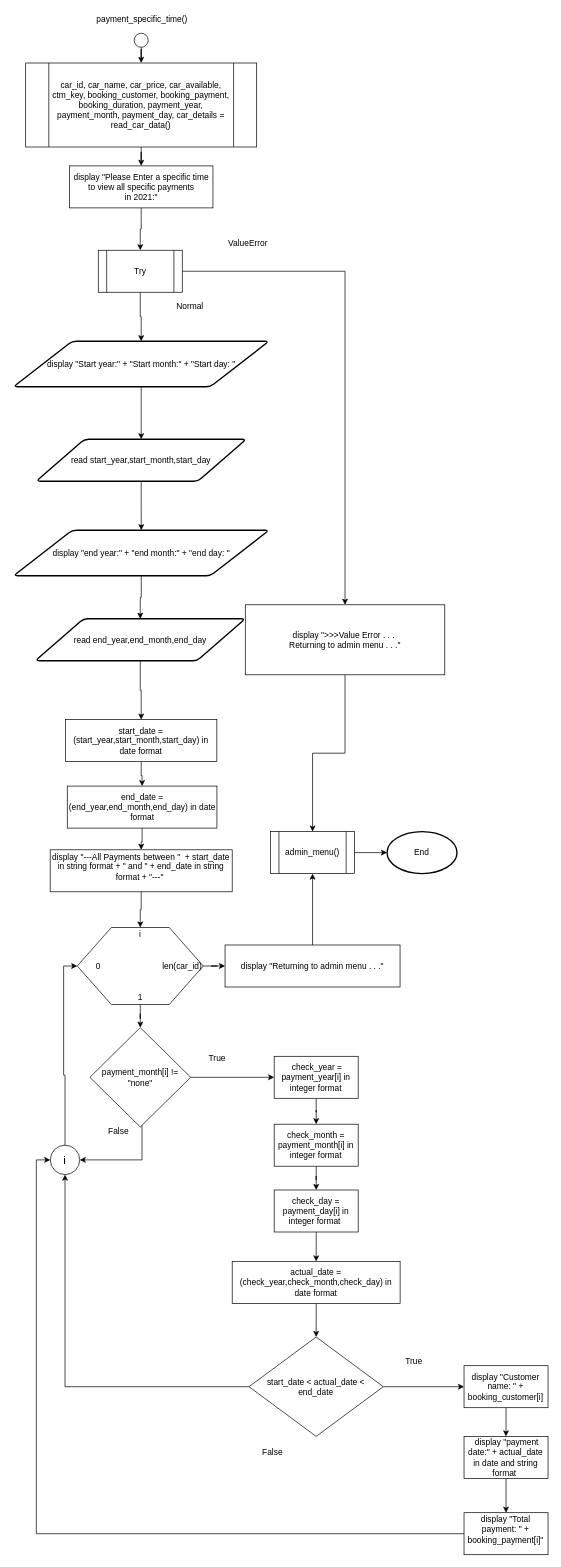
The draw.io diagram page "payment_specific_time()" (25 of 27) of Flowchart.drawio in LeeRenJie/python-assignment, before the edit. Source tidied: cells renumbered, new cells numbered last; positions are measured from the earlier drawing's top-left corner, leaving out a move shared by most shapes. Both pictures are drawn from the tidied source at 70%, with x=0, y=0 at pixel (13, 12).
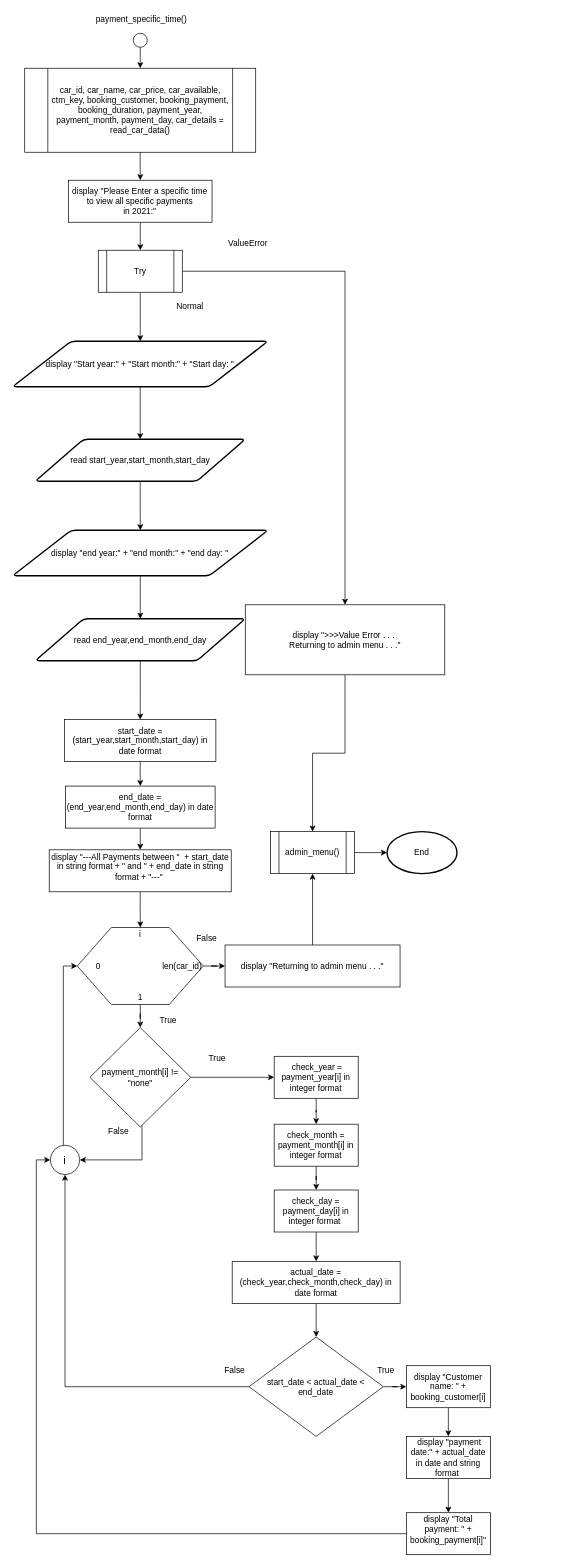
After the change.

The change refers to these unchanged cells:
```xml
<mxCell id="24" style="verticalLabelPosition=bottom;verticalAlign=top;html=1;shape=hexagon;perimeter=hexagonPerimeter2;arcSize=6;size=0.27;fontSize=12;" parent="1" vertex="1">
  <mxGeometry x="90.9" y="1307.5" width="180" height="110" as="geometry" />
</mxCell>
<mxCell id="48" value="&lt;font style=&quot;font-size: 16px&quot;&gt;i&lt;/font&gt;" style="ellipse;whiteSpace=wrap;html=1;" parent="1" vertex="1">
  <mxGeometry x="52.4" y="1618.5" width="42" height="42" as="geometry" />
</mxCell>
```

Change to the diagram source:
```diff
@@
     <mxCell id="3" value="&lt;span&gt;car_id, car_name, car_price, car_available, ctm_key, booking_customer, booking_payment, booking_duration, payment_year, payment_month, payment_day, car_details = read_car_data()&lt;/span&gt;" style="shape=process;whiteSpace=wrap;html=1;backgroundOutline=1;fontSize=12;" parent="1" vertex="1">
-      <mxGeometry x="17.2" y="72.5" width="330" height="120" as="geometry" />
+      <mxGeometry x="15.8" y="80" width="330" height="120" as="geometry" />
     </mxCell>
@@
     <mxCell id="5" value="&lt;p class=&quot;MsoNormal&quot;&gt;display &quot;Please Enter a specific time to view all specific payments&lt;br&gt;in 2021:&quot;&lt;/p&gt;" style="rounded=0;whiteSpace=wrap;html=1;fontSize=12;" parent="1" vertex="1">
-      <mxGeometry x="79.7" y="219.5" width="205" height="60" as="geometry" />
+      <mxGeometry x="78.4" y="240" width="205" height="60" as="geometry" />
     </mxCell>
@@
     <mxCell id="7" value="display &quot;Start year:&quot; + &quot;Start month:&quot; + &quot;Start day: &quot;" style="shape=parallelogram;html=1;strokeWidth=2;perimeter=parallelogramPerimeter;whiteSpace=wrap;rounded=1;arcSize=12;size=0.23;fontSize=12;" parent="1" vertex="1">
-      <mxGeometry x="-0.3" y="470" width="365" height="65" as="geometry" />
+      <mxGeometry x="-1.7" y="470" width="365" height="65" as="geometry" />
     </mxCell>
@@
     <mxCell id="9" value="read start_year,start_month,start_day" style="shape=parallelogram;html=1;strokeWidth=2;perimeter=parallelogramPerimeter;whiteSpace=wrap;rounded=1;arcSize=12;size=0.23;fontSize=12;" parent="1" vertex="1">
-      <mxGeometry x="32.2" y="610" width="300" height="60" as="geometry" />
+      <mxGeometry x="30.8" y="610" width="300" height="60" as="geometry" />
     </mxCell>
@@
     <mxCell id="11" value="display &quot;end year:&quot; + &quot;end month:&quot; + &quot;end day: &quot;" style="shape=parallelogram;html=1;strokeWidth=2;perimeter=parallelogramPerimeter;whiteSpace=wrap;rounded=1;arcSize=12;size=0.23;fontSize=12;" parent="1" vertex="1">
-      <mxGeometry x="-0.2" y="740" width="365" height="65" as="geometry" />
+      <mxGeometry x="-1.6" y="740" width="365" height="65" as="geometry" />
     </mxCell>
@@
     <mxCell id="15" value="start_date = (start_year,start_month,start_day) in date format" style="rounded=0;whiteSpace=wrap;html=1;fontSize=12;" parent="1" vertex="1">
-      <mxGeometry x="74.1" y="1010.5" width="216.2" height="60" as="geometry" />
+      <mxGeometry x="72.7" y="1010.5" width="216.2" height="60" as="geometry" />
     </mxCell>
@@
     <mxCell id="17" value="end_date = (end_year,end_month,end_day) in date format" style="rounded=0;whiteSpace=wrap;html=1;fontSize=12;" parent="1" vertex="1">
-      <mxGeometry x="76.6" y="1105.5" width="213.8" height="60" as="geometry" />
+      <mxGeometry x="74" y="1105.5" width="213.8" height="60" as="geometry" />
     </mxCell>
@@
     <mxCell id="21" value="display &quot;---All Payments between &quot;&amp;nbsp; + start_date in string format + &quot; and &quot; + end_date in string format + &quot;---&quot;&amp;nbsp;&lt;br&gt;&lt;p class=&quot;MsoNormal&quot;&gt;&lt;/p&gt;" style="rounded=0;whiteSpace=wrap;html=1;fontSize=12;" parent="1" vertex="1">
-      <mxGeometry x="52.2" y="1196.5" width="260" height="60" as="geometry" />
+      <mxGeometry x="50.8" y="1196.5" width="260" height="60" as="geometry" />
     </mxCell>
@@
     <mxCell id="43" value="True" style="text;html=1;strokeColor=none;fillColor=none;align=center;verticalAlign=middle;whiteSpace=wrap;rounded=0;" parent="1" vertex="1">
-      <mxGeometry x="552" y="1916.5" width="40" height="20" as="geometry" />
+      <mxGeometry x="512" y="1930" width="40" height="20" as="geometry" />
     </mxCell>
     <mxCell id="44" value="False" style="text;html=1;strokeColor=none;fillColor=none;align=center;verticalAlign=middle;whiteSpace=wrap;rounded=0;" parent="1" vertex="1">
-      <mxGeometry x="350" y="2046.5" width="40" height="20" as="geometry" />
+      <mxGeometry x="296.2" y="1930" width="40" height="20" as="geometry" />
     </mxCell>
@@
     <mxCell id="47" style="edgeStyle=orthogonalEdgeStyle;rounded=0;jettySize=auto;html=1;entryX=0;entryY=0.5;entryDx=0;entryDy=0;" parent="1" edge="1" source="48" target="24">
       <mxGeometry relative="1" as="geometry">
         <Array as="points">
-          <mxPoint x="73.4" y="1518.5" />
-          <mxPoint x="71.4" y="1518.5" />
-          <mxPoint x="71.4" y="1362.5" />
+          <mxPoint x="71" y="1363" />
         </Array>
       </mxGeometry>
     </mxCell>
@@
     <mxCell id="50" value="display &quot;Customer name: &quot; + booking_customer[i]" style="rounded=0;whiteSpace=wrap;html=1;fontSize=12;" parent="1" vertex="1">
-      <mxGeometry x="643.4" y="1933.5" width="120" height="60" as="geometry" />
+      <mxGeometry x="561" y="1933.5" width="120" height="60" as="geometry" />
     </mxCell>
@@
     <mxCell id="52" value="&amp;nbsp;display &quot;payment date:&quot; + actual_date in date and string format&amp;nbsp;" style="rounded=0;whiteSpace=wrap;html=1;fontSize=12;" parent="1" vertex="1">
-      <mxGeometry x="643.4" y="2034.5" width="120" height="60" as="geometry" />
+      <mxGeometry x="561" y="2034.5" width="120" height="60" as="geometry" />
     </mxCell>
@@
     <mxCell id="54" value="display &lt;span&gt;&quot;Total payment: &quot; + booking_payment[i]&quot;&lt;/span&gt;&lt;p class=&quot;MsoNormal&quot;&gt;&lt;/p&gt;" style="rounded=0;whiteSpace=wrap;html=1;fontSize=12;" parent="1" vertex="1">
-      <mxGeometry x="643.4" y="2143.5" width="120" height="60" as="geometry" />
+      <mxGeometry x="561" y="2143.5" width="120" height="60" as="geometry" />
     </mxCell>
@@
     <mxCell id="60" value="&amp;nbsp;payment_specific_time()" style="text;html=1;strokeColor=none;fillColor=none;align=center;verticalAlign=middle;whiteSpace=wrap;rounded=0;" parent="1" vertex="1">
-      <mxGeometry x="132.2" width="100" height="20" as="geometry" />
+      <mxGeometry x="130.9" width="100" height="20" as="geometry" />
     </mxCell>
@@
     <mxCell id="62" style="ellipse;whiteSpace=wrap;html=1;" parent="1" vertex="1">
-      <mxGeometry x="172.2" y="30" width="20" height="20" as="geometry" />
+      <mxGeometry x="170.9" y="30" width="20" height="20" as="geometry" />
     </mxCell>
@@
+    <mxCell id="68" value="True" style="text;html=1;strokeColor=none;fillColor=none;align=center;verticalAlign=middle;whiteSpace=wrap;rounded=0;" parent="1" vertex="1">
+      <mxGeometry x="200.9" y="1430" width="40" height="20" as="geometry" />
+    </mxCell>
+    <mxCell id="69" value="False" style="text;html=1;strokeColor=none;fillColor=none;align=center;verticalAlign=middle;whiteSpace=wrap;rounded=0;" parent="1" vertex="1">
+      <mxGeometry x="256.2" y="1312.5" width="40" height="20" as="geometry" />
+    </mxCell>
```
